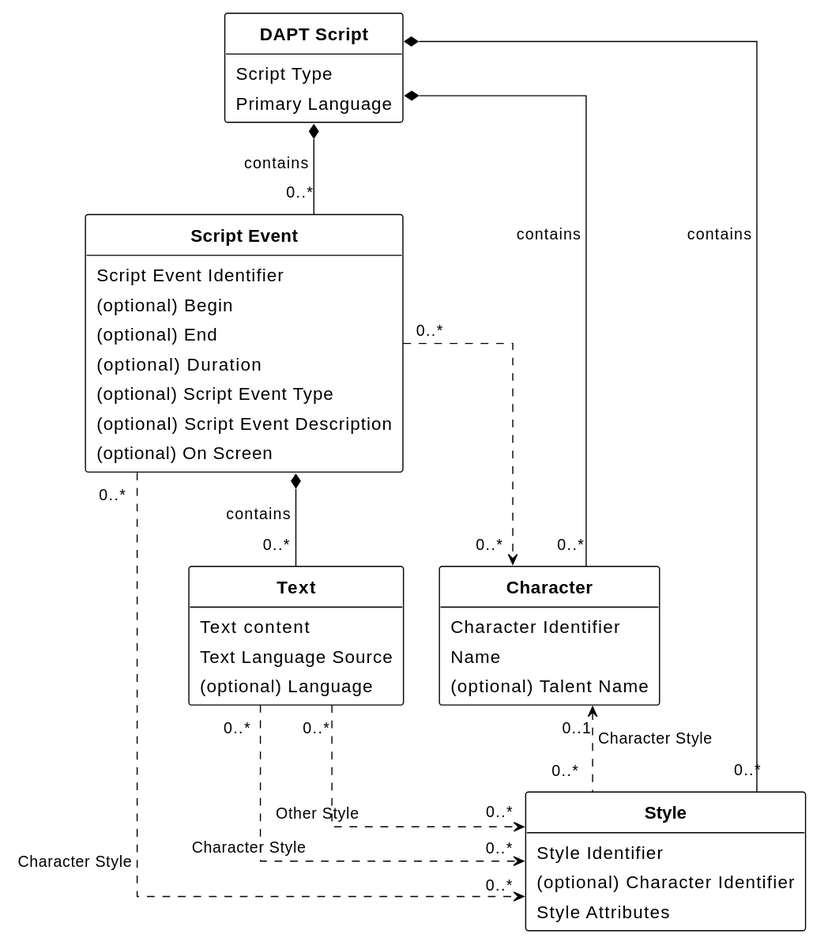
Above: figures/class-diagram.svg in w3c/dapt (PlantUML), before the change.
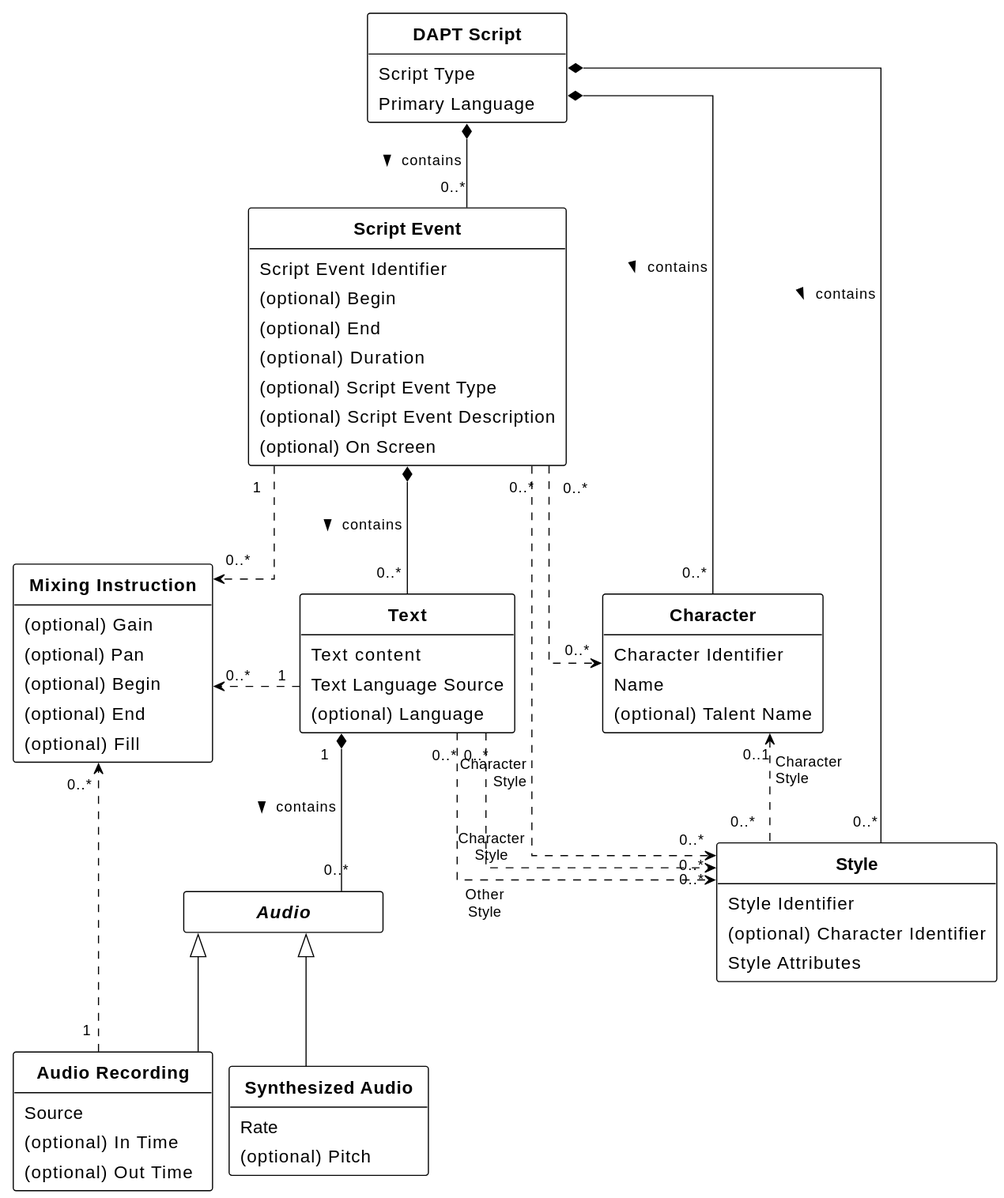
The same diagram one commit later.

Commit message:
Add Audio and MixingInstruction to the class diagram

The edit, as a diff of the source:
```diff
@@ -1,14 +1,15 @@
-@startuml
+@startuml class-diagram
 !theme plain
 !pragma ratio 1.3
 skinparam linetype ortho
 skinparam DefaultFontName sans-serif
 skinparam DefaultFontSize 16
-skinparam ArrowFontSize 14
+skinparam ArrowFontSize 13
 skinparam ArrowMessageAlignment direction
 skinparam Padding 4
-skinparam Nodesep 2
-skinparam Ranksep 0
+skinparam Nodesep 15
+skinparam Ranksep 20
+skinparam MinClassWidth 180
 
 together {
     Class DAPTScript as "**DAPT Script**" [[#dapt-script]] {
@@ -45,17 +46,54 @@
     Style Attributes
 }
 
-DAPTScript *-down- "0..*" ScriptEvent : contains
-DAPTScript *-right- "0..*" Character : contains
-DAPTScript *-right- "0..*" Style : contains
-Character "0..1" <.down. "0..*" Style [[#dfn-character-style]] : Character Style
-ScriptEvent "0..*" .right.> "0..*" Style [[#dfn-character-style]] : Character Style
-Text "0..*" .right.> "0..*" Style [[#dfn-character-style]] : Character Style
-Text "0..*" .right.> "0..*" Style : Other Style
-ScriptEvent *-down- "0..*" Text : contains
+together {
+    abstract Class Audio as "**Audio**" {
+    }
+
+    Class AudioRecording as "**Audio Recording**" {
+        Source
+        {field} (optional) In Time
+        {field} (optional) Out Time
+    }
+
+    Class SynthesizedAudio as "**Synthesized Audio**" {
+        Rate
+        {field} (optional) Pitch
+    }
+
+}
+
+class MixingInstruction as "**Mixing Instruction**" {
+    {field} (optional) Gain
+    {field} (optional) Pan
+    {field} (optional) Begin
+    {field} (optional) End
+    {field} (optional) Fill
+}
+
+
+
+DAPTScript *-down- "0..*" ScriptEvent : contains >
+DAPTScript *-right- "0..*" Character : contains >
+DAPTScript *-right- "0..*" Style : contains >
+Character "0..1" <.down. "0..*" Style [[#dfn-character-style]] : Character\lStyle
+ScriptEvent "0..*" .right.> "0..*" Style [[#dfn-character-style]] : Character\rStyle
+ScriptEvent "1" ..> "0..*" MixingInstruction
+Text "0..*" .right.> "0..*" Style [[#dfn-character-style]] : Character\nStyle
+Text "0..*" .right.> "0..*" Style : Other\nStyle
+Text "1" *-- "0..*" Audio : contains >
+Text "1" ..> "0..*" MixingInstruction
+ScriptEvent *-down- "0..*" Text : contains >
 ScriptEvent "0..*" ..> "0..*" Character
+AudioRecording "1" ..> "0..*" MixingInstruction
+Audio <|-- SynthesizedAudio
+Audio <|-- AudioRecording
 
-DAPTScript -[hidden]r- Style
+SynthesizedAudio -[hidden]r- AudioRecording
+
+DAPTScript -[hidden]right- Style
+Text -[hidden]left- MixingInstruction
+Audio -[hidden]up- MixingInstruction
 
 hide empty members
 hide circle
```
